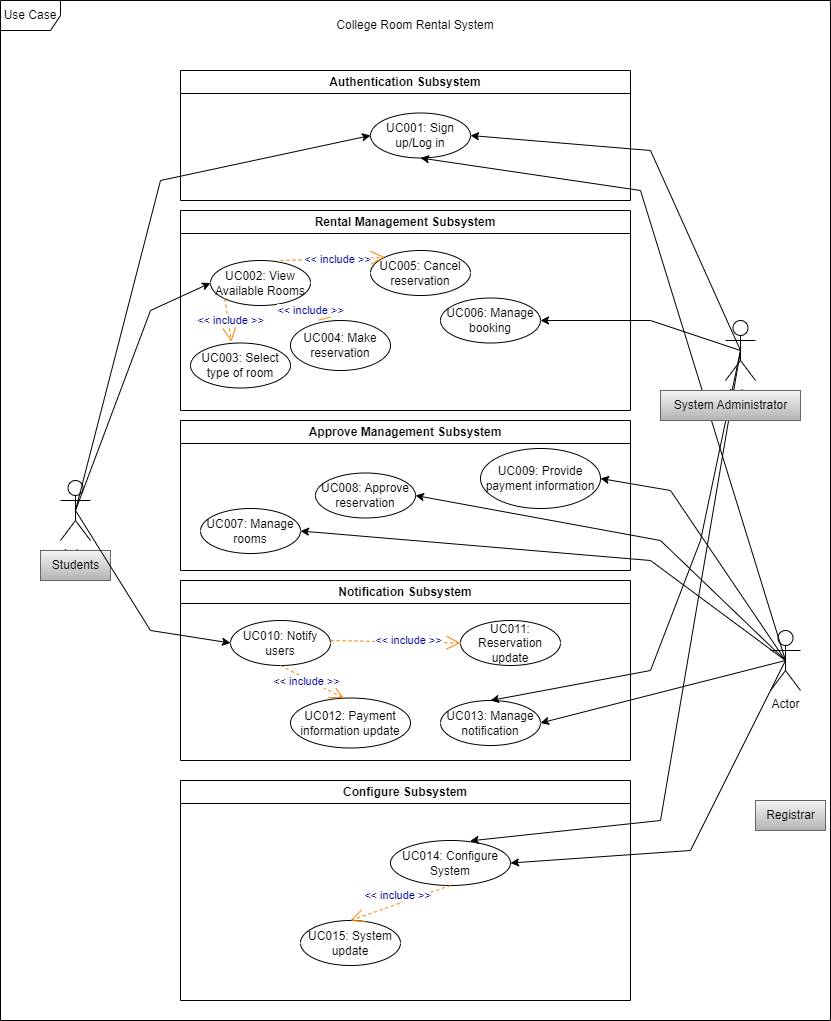
Before: project/drawio/Alpha/useCasediagram.drawio.png, a diagram exported from draw.io (drshahizan/software-engineering). Source tidied: cells renumbered, new cells last; positions are measured from the earlier drawing's top-left corner, leaving out a move shared by most shapes.
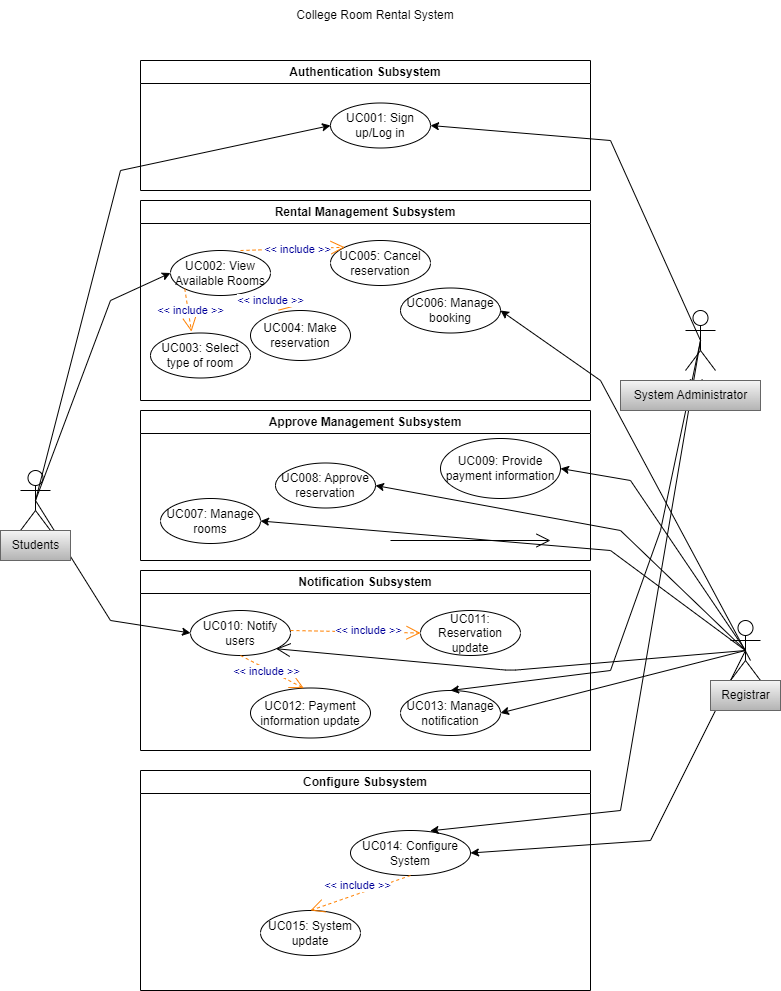
The same diagram one commit later.

What changed in the source:
```diff
@@ -2,9 +2,6 @@
   <root>
     <mxCell id="0" />
     <mxCell id="1" parent="0" />
-    <mxCell id="2" value="Use Case" style="shape=umlFrame;whiteSpace=wrap;html=1;" parent="1" vertex="1">
-      <mxGeometry width="830" height="1020" as="geometry" />
-    </mxCell>
     <mxCell id="3" value="College Room Rental System" style="text;html=1;strokeColor=none;fillColor=none;align=center;verticalAlign=middle;whiteSpace=wrap;rounded=0;" parent="1" vertex="1">
       <mxGeometry x="270" y="10" width="290" height="30" as="geometry" />
     </mxCell>
@@ -97,18 +94,12 @@
     <mxCell id="30" value="Actor" style="shape=umlActor;verticalLabelPosition=bottom;verticalAlign=top;html=1;outlineConnect=0;" parent="1" vertex="1">
       <mxGeometry x="60" y="480" width="30" height="60" as="geometry" />
     </mxCell>
-    <mxCell id="31" value="Students" style="text;html=1;align=center;verticalAlign=middle;strokeColor=#666666;fillColor=#f5f5f5;gradientColor=#b3b3b3;" parent="1" vertex="1">
-      <mxGeometry x="40" y="550" width="70" height="30" as="geometry" />
-    </mxCell>
     <mxCell id="32" value="Actor" style="shape=umlActor;verticalLabelPosition=bottom;verticalAlign=top;html=1;outlineConnect=0;" parent="1" vertex="1">
       <mxGeometry x="725" y="320" width="30" height="60" as="geometry" />
     </mxCell>
     <mxCell id="33" value="Actor" style="shape=umlActor;verticalLabelPosition=bottom;verticalAlign=top;html=1;outlineConnect=0;" parent="1" vertex="1">
       <mxGeometry x="770" y="630" width="30" height="60" as="geometry" />
     </mxCell>
-    <mxCell id="34" value="Registrar" style="text;html=1;align=center;verticalAlign=middle;strokeColor=#666666;fillColor=#f5f5f5;gradientColor=#b3b3b3;" parent="1" vertex="1">
-      <mxGeometry x="755" y="800" width="70" height="30" as="geometry" />
-    </mxCell>
     <mxCell id="35" style="endArrow=classic;html=1;rounded=0;exitX=0.5;exitY=0.5;exitDx=0;exitDy=0;exitPerimeter=0;entryX=0;entryY=0.5;entryDx=0;entryDy=0;" parent="1" edge="1" source="30" target="5">
       <mxGeometry relative="1" as="geometry">
         <Array as="points">
@@ -144,13 +135,6 @@
         </Array>
       </mxGeometry>
     </mxCell>
-    <mxCell id="40" style="endArrow=classic;html=1;rounded=0;exitX=0.5;exitY=0.5;exitDx=0;exitDy=0;exitPerimeter=0;entryX=1;entryY=0.5;entryDx=0;entryDy=0;" parent="1" edge="1" source="32" target="11">
-      <mxGeometry relative="1" as="geometry">
-        <Array as="points">
-          <mxPoint x="650" y="320" />
-        </Array>
-      </mxGeometry>
-    </mxCell>
     <mxCell id="41" style="endArrow=classic;html=1;rounded=0;exitX=0.5;exitY=0.5;exitDx=0;exitDy=0;exitPerimeter=0;entryX=1;entryY=0.5;entryDx=0;entryDy=0;" parent="1" edge="1" source="33" target="16">
       <mxGeometry relative="1" as="geometry">
         <Array as="points">
@@ -158,20 +142,14 @@
         </Array>
       </mxGeometry>
     </mxCell>
-    <mxCell id="42" style="endArrow=classic;html=1;rounded=0;exitX=0.5;exitY=0.5;exitDx=0;exitDy=0;exitPerimeter=0;entryX=1;entryY=0.5;entryDx=0;entryDy=0;" parent="1" edge="1" source="33" target="18">
+    <mxCell id="42" style="endArrow=classic;html=1;rounded=0;entryX=1;entryY=0.5;entryDx=0;entryDy=0;" parent="1" edge="1" target="18">
       <mxGeometry relative="1" as="geometry">
+        <mxPoint x="785" y="660" as="sourcePoint" />
         <Array as="points">
           <mxPoint x="670" y="490" />
         </Array>
       </mxGeometry>
     </mxCell>
-    <mxCell id="43" style="endArrow=classic;html=1;rounded=0;exitX=0.5;exitY=0.5;exitDx=0;exitDy=0;exitPerimeter=0;entryX=0.5;entryY=1;entryDx=0;entryDy=0;" parent="1" edge="1" source="33" target="5">
-      <mxGeometry relative="1" as="geometry">
-        <Array as="points">
-          <mxPoint x="640" y="190" />
-        </Array>
-      </mxGeometry>
-    </mxCell>
     <mxCell id="44" style="endArrow=classic;html=1;rounded=0;exitX=0.5;exitY=0.5;exitDx=0;exitDy=0;exitPerimeter=0;entryX=1;entryY=0.5;entryDx=0;entryDy=0;" parent="1" edge="1" source="33" target="23">
       <mxGeometry relative="1" as="geometry" />
     </mxCell>
@@ -193,10 +171,37 @@
       <mxGeometry relative="1" as="geometry">
         <Array as="points">
           <mxPoint x="700" y="540" />
-          <mxPoint x="650" y="670" />
+          <mxPoint x="650" y="680" />
         </Array>
       </mxGeometry>
     </mxCell>
+    <mxCell id="34" value="Registrar" style="text;html=1;align=center;verticalAlign=middle;strokeColor=#666666;fillColor=#f5f5f5;gradientColor=#b3b3b3;" parent="1" vertex="1">
+      <mxGeometry x="750" y="690" width="70" height="30" as="geometry" />
+    </mxCell>
+    <mxCell id="31" value="Students" style="text;html=1;align=center;verticalAlign=middle;strokeColor=#666666;fillColor=#f5f5f5;gradientColor=#b3b3b3;" parent="1" vertex="1">
+      <mxGeometry x="40" y="540" width="70" height="30" as="geometry" />
+    </mxCell>
+    <mxCell id="49" style="endArrow=open;endFill=1;endSize=12;html=1;" parent="1" edge="1">
+      <mxGeometry relative="1" as="geometry">
+        <mxPoint x="430" y="550" as="sourcePoint" />
+        <mxPoint x="590" y="550" as="targetPoint" />
+      </mxGeometry>
+    </mxCell>
+    <mxCell id="50" style="endArrow=open;endFill=1;endSize=12;html=1;exitX=0.5;exitY=0.5;exitDx=0;exitDy=0;exitPerimeter=0;entryX=1;entryY=1;entryDx=0;entryDy=0;" parent="1" edge="1" source="33" target="20">
+      <mxGeometry relative="1" as="geometry">
+        <Array as="points">
+          <mxPoint x="550" y="680" />
+        </Array>
+      </mxGeometry>
+    </mxCell>
+    <mxCell id="51" style="endArrow=classic;html=1;rounded=0;entryX=1;entryY=0.5;entryDx=0;entryDy=0;" parent="1" edge="1" target="11">
+      <mxGeometry relative="1" as="geometry">
+        <mxPoint x="790" y="670" as="sourcePoint" />
+        <Array as="points">
+          <mxPoint x="640" y="390" />
+        </Array>
+      </mxGeometry>
+    </mxCell>
     <mxCell id="48" value="System Administrator&lt;br&gt;" style="text;html=1;align=center;verticalAlign=middle;strokeColor=#666666;fillColor=#f5f5f5;gradientColor=#b3b3b3;" parent="1" vertex="1">
       <mxGeometry x="660" y="390" width="140" height="30" as="geometry" />
     </mxCell>
```
